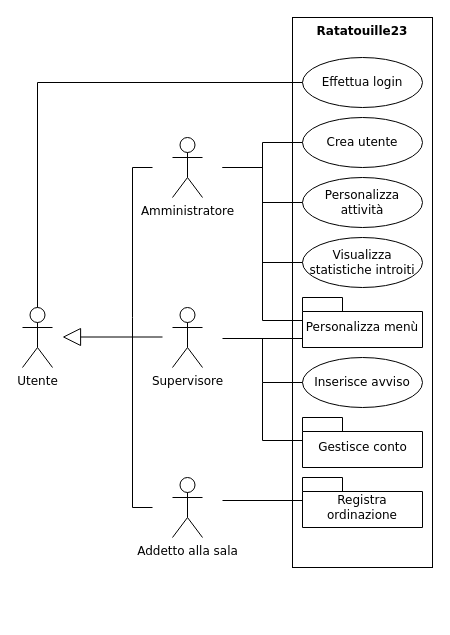
The draw.io diagram Documentazione/UseCaseDiagram Ratatouille23.drawio in vittorioruggiero/Progetto-IngSw, before the edit. Source tidied: cells renumbered, new cells numbered last; positions are measured from the earlier drawing's top-left corner, leaving out a move shared by most shapes. Both pictures are drawn from the tidied source at 100%, with x=0, y=0 at pixel (22, 17).
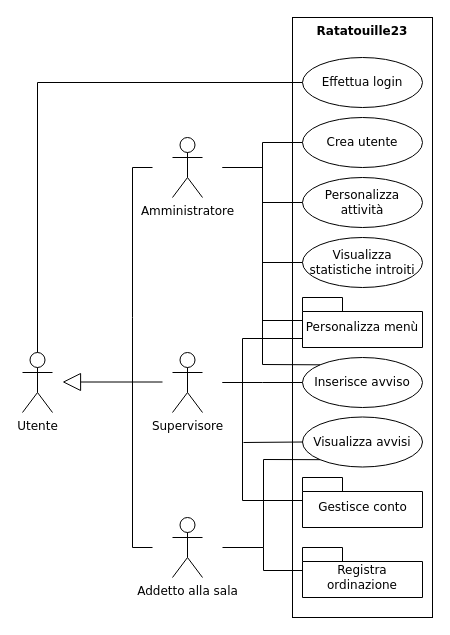
Above is the later version.

The change refers to these unchanged cells:
```xml
<mxCell id="12" value="Crea utente" style="ellipse;whiteSpace=wrap;html=1;fontFamily=Verdana;" parent="1" vertex="1">
  <mxGeometry x="280" y="100" width="120" height="50" as="geometry" />
</mxCell>
<mxCell id="13" value="Personalizza attività" style="ellipse;whiteSpace=wrap;html=1;fontFamily=Verdana;" parent="1" vertex="1">
  <mxGeometry x="280" y="160" width="120" height="50" as="geometry" />
</mxCell>
<mxCell id="14" value="Visualizza statistiche introiti" style="ellipse;whiteSpace=wrap;html=1;fontFamily=Verdana;fontStyle=0;" parent="1" vertex="1">
  <mxGeometry x="280" y="220" width="120" height="50" as="geometry" />
</mxCell>
<mxCell id="15" value="Inserisce avviso" style="ellipse;whiteSpace=wrap;html=1;fontFamily=Verdana;" parent="1" vertex="1">
  <mxGeometry x="280" y="340" width="120" height="50" as="geometry" />
</mxCell>
<mxCell id="17" value="Personalizza menù" style="shape=folder;fontStyle=0;spacingTop=10;tabWidth=40;tabHeight=14;tabPosition=left;html=1;fontFamily=Verdana;verticalAlign=middle;align=center;fillColor=default;gradientColor=none;whiteSpace=wrap;" parent="1" vertex="1">
  <mxGeometry x="280" y="280" width="120" height="50" as="geometry" />
</mxCell>
```

The edit, as a diff of the source:
```diff
@@
     <mxCell id="2" value="Utente" style="shape=umlActor;verticalLabelPosition=bottom;verticalAlign=top;html=1;fontFamily=Verdana;" parent="1" vertex="1">
-      <mxGeometry y="290" width="30" height="60" as="geometry" />
+      <mxGeometry y="335" width="30" height="60" as="geometry" />
     </mxCell>
     <mxCell id="3" value="Supervisore" style="shape=umlActor;verticalLabelPosition=bottom;verticalAlign=top;html=1;fontFamily=Verdana;" parent="1" vertex="1">
-      <mxGeometry x="150" y="290" width="30" height="60" as="geometry" />
+      <mxGeometry x="150" y="335" width="30" height="60" as="geometry" />
     </mxCell>
-    <mxCell id="4" style="endArrow=block;endSize=16;endFill=0;html=1;rounded=0;fontFamily=Verdana;" parent="1" edge="1">
-      <mxGeometry relative="1" as="geometry">
-        <mxPoint x="140" y="319.5" as="sourcePoint" />
-        <mxPoint x="40" y="319.5" as="targetPoint" />
-      </mxGeometry>
-    </mxCell>
+    <mxCell id="28" style="endArrow=block;endSize=16;endFill=0;html=1;rounded=0;fontFamily=Verdana;" parent="1" edge="1">
+      <mxGeometry relative="1" as="geometry">
+        <mxPoint x="140" y="364.5" as="sourcePoint" />
+        <mxPoint x="40" y="364.5" as="targetPoint" />
+      </mxGeometry>
+    </mxCell>
@@
-    <mxCell id="6" style="endArrow=none;html=1;rounded=0;fontFamily=Verdana;" parent="1" edge="1">
-      <mxGeometry relative="1" as="geometry">
-        <mxPoint x="110" y="300" as="sourcePoint" />
-        <mxPoint x="130" y="150" as="targetPoint" />
-        <Array as="points">
-          <mxPoint x="110" y="150" />
-        </Array>
-      </mxGeometry>
-    </mxCell>
+    <mxCell id="29" style="endArrow=none;html=1;rounded=0;fontFamily=Verdana;" parent="1" edge="1">
+      <mxGeometry relative="1" as="geometry">
+        <mxPoint x="110" y="300" as="sourcePoint" />
+        <mxPoint x="130" y="150" as="targetPoint" />
+        <Array as="points">
+          <mxPoint x="110" y="150" />
+        </Array>
+      </mxGeometry>
+    </mxCell>
     <mxCell id="7" value="Addetto alla sala" style="shape=umlActor;verticalLabelPosition=bottom;verticalAlign=top;html=1;fontFamily=Verdana;" parent="1" vertex="1">
-      <mxGeometry x="150" y="460" width="30" height="60" as="geometry" />
+      <mxGeometry x="150" y="500" width="30" height="60" as="geometry" />
     </mxCell>
-    <mxCell id="8" style="endArrow=none;html=1;rounded=0;fontFamily=Verdana;" parent="1" edge="1">
-      <mxGeometry relative="1" as="geometry">
-        <mxPoint x="110" y="300" as="sourcePoint" />
-        <mxPoint x="130" y="490" as="targetPoint" />
-        <Array as="points">
-          <mxPoint x="110" y="490" />
-        </Array>
-      </mxGeometry>
-    </mxCell>
-    <mxCell id="9" style="rounded=0;whiteSpace=wrap;html=1;fontFamily=Verdana;" parent="1" vertex="1">
-      <mxGeometry x="270" width="140" height="550" as="geometry" />
-    </mxCell>
+    <mxCell id="30" style="endArrow=none;html=1;rounded=0;fontFamily=Verdana;" parent="1" edge="1">
+      <mxGeometry relative="1" as="geometry">
+        <mxPoint x="110" y="300" as="sourcePoint" />
+        <mxPoint x="130" y="530" as="targetPoint" />
+        <Array as="points">
+          <mxPoint x="110" y="530" />
+        </Array>
+      </mxGeometry>
+    </mxCell>
+    <mxCell id="31" style="rounded=0;whiteSpace=wrap;html=1;fontFamily=Verdana;" parent="1" vertex="1">
+      <mxGeometry x="270" width="140" height="600" as="geometry" />
+    </mxCell>
@@
     <mxCell id="18" value="Gestisce conto" style="shape=folder;fontStyle=0;spacingTop=10;tabWidth=40;tabHeight=14;tabPosition=left;html=1;fontFamily=Verdana;fillColor=default;gradientColor=none;" parent="1" vertex="1">
-      <mxGeometry x="280" y="400" width="120" height="50" as="geometry" />
+      <mxGeometry x="280" y="460" width="120" height="50" as="geometry" />
     </mxCell>
     <mxCell id="19" value="Registra ordinazione" style="shape=folder;fontStyle=0;spacingTop=10;tabWidth=40;tabHeight=14;tabPosition=left;html=1;fontFamily=Verdana;fillColor=default;gradientColor=none;whiteSpace=wrap;" parent="1" vertex="1">
-      <mxGeometry x="280" y="460" width="120" height="50" as="geometry" />
+      <mxGeometry x="280" y="530" width="120" height="50" as="geometry" />
     </mxCell>
-    <mxCell id="20" style="endArrow=none;html=1;rounded=0;fontFamily=Verdana;entryX=0;entryY=0.5;entryDx=0;entryDy=0;" parent="1" edge="1" target="12">
-      <mxGeometry relative="1" as="geometry">
-        <mxPoint x="200" y="150" as="sourcePoint" />
-        <Array as="points">
-          <mxPoint x="240" y="150" />
-          <mxPoint x="240" y="125" />
-        </Array>
-      </mxGeometry>
-    </mxCell>
-    <mxCell id="21" style="endArrow=none;html=1;rounded=0;fontFamily=Verdana;entryX=0;entryY=0.5;entryDx=0;entryDy=0;" parent="1" edge="1" target="13">
-      <mxGeometry relative="1" as="geometry">
-        <mxPoint x="210" y="150" as="sourcePoint" />
-        <Array as="points">
-          <mxPoint x="240" y="150" />
-          <mxPoint x="240" y="185" />
-        </Array>
-      </mxGeometry>
-    </mxCell>
-    <mxCell id="22" style="endArrow=none;html=1;rounded=0;fontFamily=Verdana;entryX=0;entryY=0.5;entryDx=0;entryDy=0;" parent="1" edge="1" target="14">
-      <mxGeometry relative="1" as="geometry">
-        <mxPoint x="210" y="150" as="sourcePoint" />
-        <Array as="points">
-          <mxPoint x="240" y="150" />
-          <mxPoint x="240" y="245" />
-        </Array>
-      </mxGeometry>
-    </mxCell>
-    <mxCell id="23" style="endArrow=none;html=1;rounded=0;fontFamily=Verdana;entryX=0;entryY=0;entryDx=0;entryDy=23;entryPerimeter=0;" parent="1" edge="1" target="17">
-      <mxGeometry relative="1" as="geometry">
-        <mxPoint x="200" y="150" as="sourcePoint" />
-        <Array as="points">
-          <mxPoint x="240" y="150" />
-          <mxPoint x="240" y="303" />
-        </Array>
-      </mxGeometry>
-    </mxCell>
-    <mxCell id="24" style="endArrow=none;html=1;rounded=0;fontFamily=Verdana;entryX=0;entryY=0;entryDx=0;entryDy=41;entryPerimeter=0;" parent="1" edge="1" target="17">
-      <mxGeometry relative="1" as="geometry">
-        <mxPoint x="200" y="321" as="sourcePoint" />
-      </mxGeometry>
-    </mxCell>
-    <mxCell id="25" style="endArrow=none;html=1;rounded=0;fontFamily=Verdana;entryX=0;entryY=0.5;entryDx=0;entryDy=0;" parent="1" edge="1" target="15">
-      <mxGeometry relative="1" as="geometry">
-        <mxPoint x="240" y="321" as="sourcePoint" />
-        <Array as="points">
-          <mxPoint x="240" y="365" />
-        </Array>
-      </mxGeometry>
-    </mxCell>
-    <mxCell id="26" style="endArrow=none;html=1;rounded=0;fontFamily=Verdana;exitX=0;exitY=0;exitDx=0;exitDy=23;exitPerimeter=0;" parent="1" edge="1" source="18">
-      <mxGeometry relative="1" as="geometry">
-        <mxPoint x="240" y="365" as="targetPoint" />
-        <Array as="points">
-          <mxPoint x="240" y="423" />
-        </Array>
-      </mxGeometry>
-    </mxCell>
-    <mxCell id="27" style="endArrow=none;html=1;rounded=0;fontFamily=Verdana;entryX=0;entryY=0;entryDx=0;entryDy=23;entryPerimeter=0;" parent="1" edge="1" target="19">
-      <mxGeometry relative="1" as="geometry">
-        <mxPoint x="200" y="483" as="sourcePoint" />
-      </mxGeometry>
-    </mxCell>
+    <mxCell id="32" style="endArrow=none;html=1;rounded=0;fontFamily=Verdana;entryX=0;entryY=0.5;entryDx=0;entryDy=0;" parent="1" edge="1" target="12">
+      <mxGeometry relative="1" as="geometry">
+        <mxPoint x="200" y="150" as="sourcePoint" />
+        <Array as="points">
+          <mxPoint x="240" y="150" />
+          <mxPoint x="240" y="125" />
+        </Array>
+      </mxGeometry>
+    </mxCell>
+    <mxCell id="33" style="endArrow=none;html=1;rounded=0;fontFamily=Verdana;entryX=0;entryY=0.5;entryDx=0;entryDy=0;" parent="1" edge="1" target="13">
+      <mxGeometry relative="1" as="geometry">
+        <mxPoint x="210" y="150" as="sourcePoint" />
+        <Array as="points">
+          <mxPoint x="240" y="150" />
+          <mxPoint x="240" y="185" />
+        </Array>
+      </mxGeometry>
+    </mxCell>
+    <mxCell id="34" style="endArrow=none;html=1;rounded=0;fontFamily=Verdana;entryX=0;entryY=0.5;entryDx=0;entryDy=0;" parent="1" edge="1" target="14">
+      <mxGeometry relative="1" as="geometry">
+        <mxPoint x="210" y="150" as="sourcePoint" />
+        <Array as="points">
+          <mxPoint x="240" y="150" />
+          <mxPoint x="240" y="245" />
+        </Array>
+      </mxGeometry>
+    </mxCell>
+    <mxCell id="35" style="endArrow=none;html=1;rounded=0;fontFamily=Verdana;entryX=0;entryY=0;entryDx=0;entryDy=23;entryPerimeter=0;" parent="1" edge="1" target="17">
+      <mxGeometry relative="1" as="geometry">
+        <mxPoint x="200" y="150" as="sourcePoint" />
+        <Array as="points">
+          <mxPoint x="240" y="150" />
+          <mxPoint x="240" y="303" />
+        </Array>
+      </mxGeometry>
+    </mxCell>
+    <mxCell id="36" style="endArrow=none;html=1;rounded=0;fontFamily=Verdana;entryX=0;entryY=0;entryDx=0;entryDy=41;entryPerimeter=0;" parent="1" edge="1" target="17">
+      <mxGeometry relative="1" as="geometry">
+        <mxPoint x="200" y="365" as="sourcePoint" />
+        <Array as="points">
+          <mxPoint x="220" y="365" />
+          <mxPoint x="220" y="321" />
+        </Array>
+      </mxGeometry>
+    </mxCell>
+    <mxCell id="37" style="endArrow=none;html=1;rounded=0;fontFamily=Verdana;entryX=0;entryY=0.5;entryDx=0;entryDy=0;" parent="1" edge="1" target="15">
+      <mxGeometry relative="1" as="geometry">
+        <mxPoint x="200" y="365" as="sourcePoint" />
+        <Array as="points">
+          <mxPoint x="240" y="365" />
+        </Array>
+      </mxGeometry>
+    </mxCell>
+    <mxCell id="38" style="endArrow=none;html=1;rounded=0;fontFamily=Verdana;exitX=0;exitY=0;exitDx=0;exitDy=23;exitPerimeter=0;" parent="1" edge="1" source="18">
+      <mxGeometry relative="1" as="geometry">
+        <mxPoint x="220" y="365" as="targetPoint" />
+        <Array as="points">
+          <mxPoint x="220" y="483" />
+        </Array>
+      </mxGeometry>
+    </mxCell>
+    <mxCell id="39" style="endArrow=none;html=1;rounded=0;fontFamily=Verdana;entryX=0;entryY=0;entryDx=0;entryDy=23;entryPerimeter=0;" parent="1" edge="1" target="19">
+      <mxGeometry relative="1" as="geometry">
+        <mxPoint x="200" y="530" as="sourcePoint" />
+        <Array as="points">
+          <mxPoint x="241" y="530" />
+          <mxPoint x="241" y="553" />
+        </Array>
+      </mxGeometry>
+    </mxCell>
+    <mxCell id="40" style="endArrow=none;html=1;rounded=0;exitX=0;exitY=0;exitDx=0;exitDy=0;fontFamily=Verdana;" parent="1" edge="1" source="15">
+      <mxGeometry relative="1" as="geometry">
+        <mxPoint x="240" y="300" as="targetPoint" />
+        <Array as="points">
+          <mxPoint x="240" y="347" />
+        </Array>
+      </mxGeometry>
+    </mxCell>
+    <mxCell id="41" value="Visualizza avvisi" style="ellipse;whiteSpace=wrap;html=1;fontFamily=Verdana;" parent="1" vertex="1">
+      <mxGeometry x="280" y="399.5" width="120" height="50" as="geometry" />
+    </mxCell>
+    <mxCell id="42" style="endArrow=none;html=1;rounded=0;entryX=0;entryY=0.5;entryDx=0;entryDy=0;fontFamily=Verdana;" parent="1" edge="1" target="41">
+      <mxGeometry relative="1" as="geometry">
+        <mxPoint x="221" y="425" as="sourcePoint" />
+      </mxGeometry>
+    </mxCell>
+    <mxCell id="43" style="endArrow=none;html=1;rounded=0;entryX=0;entryY=1;entryDx=0;entryDy=0;fontFamily=Verdana;" parent="1" edge="1" target="41">
+      <mxGeometry relative="1" as="geometry">
+        <mxPoint x="241" y="530" as="sourcePoint" />
+        <Array as="points">
+          <mxPoint x="241" y="442" />
+        </Array>
+      </mxGeometry>
+    </mxCell>
```
